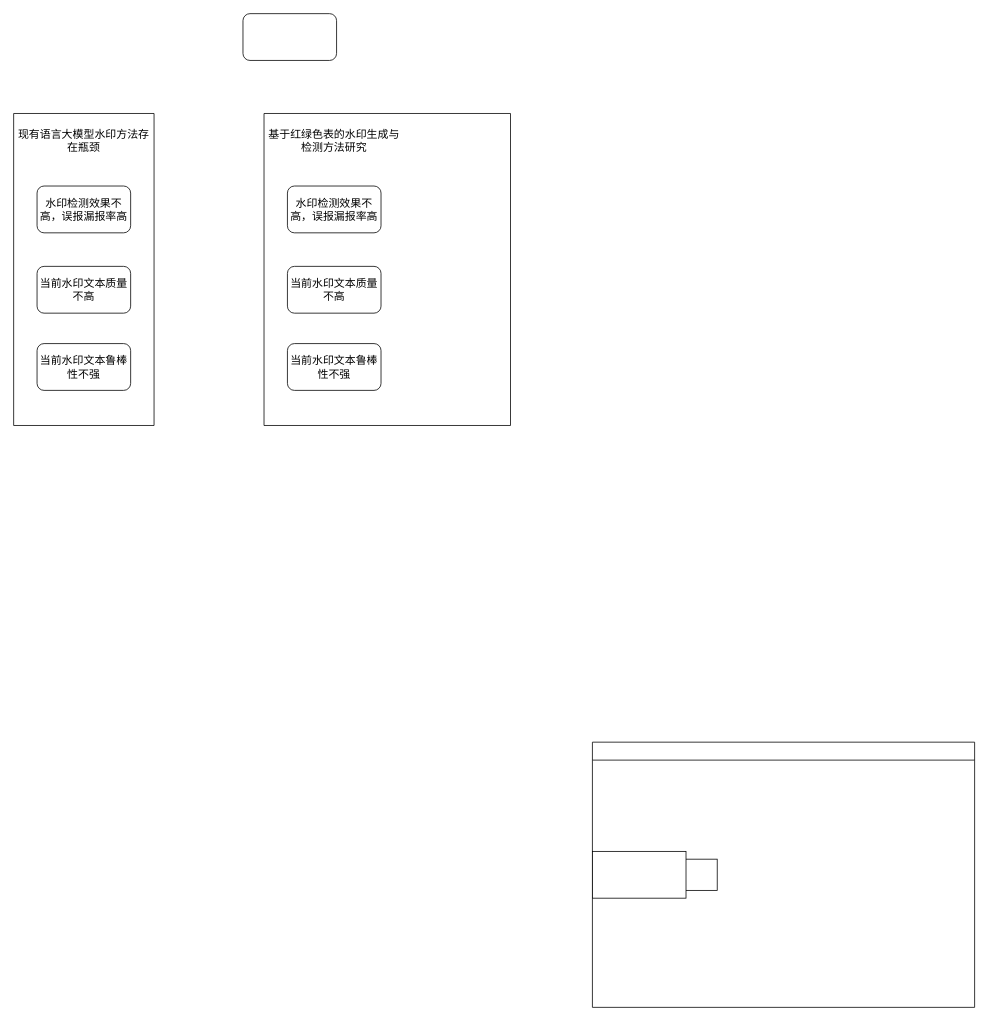
The draw.io diagram watermark1118_2.drawio in Icathian-Rain/process_maps, before the edit. Source tidied: cells renumbered, new cells numbered last; positions are measured from the earlier drawing's top-left corner, leaving out a move shared by most shapes. Both pictures are drawn from the tidied source at 78%, with x=0, y=0 at pixel (13, 13).
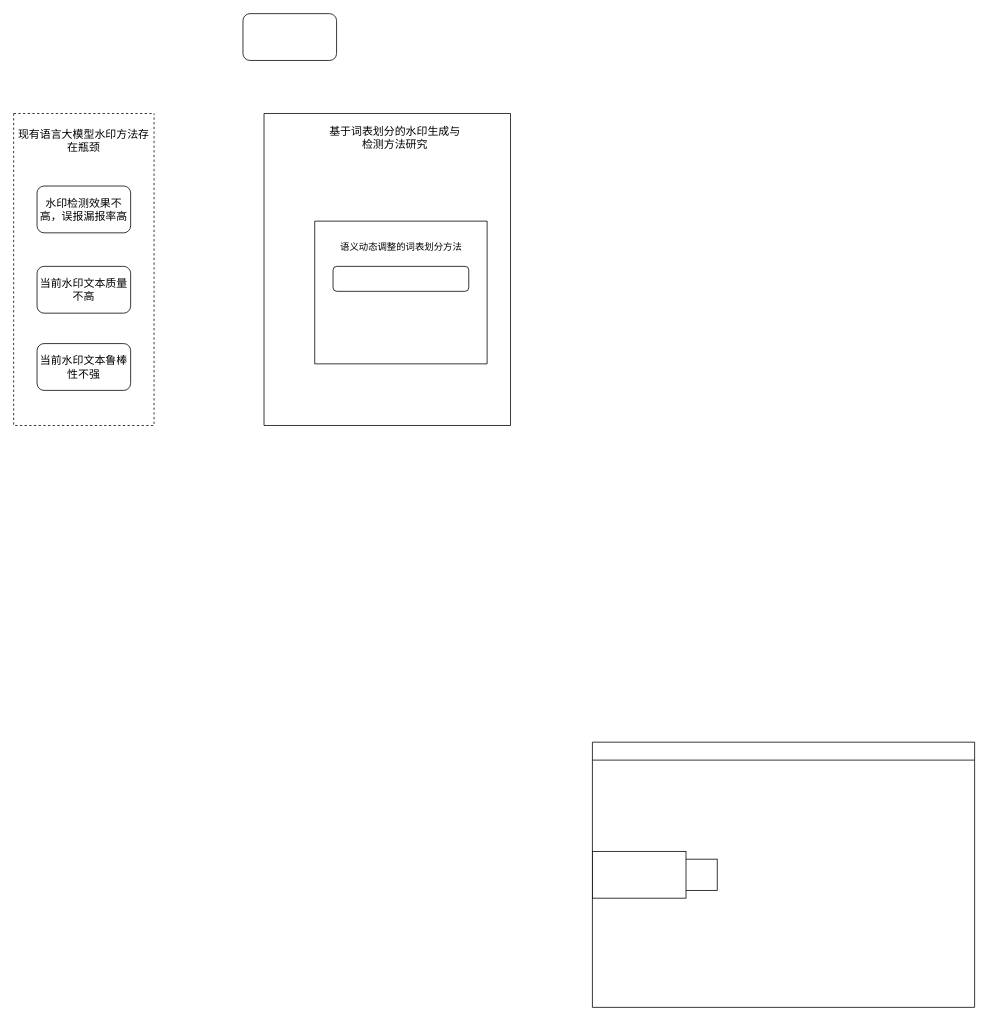
After the change.

The edit, as a diff of the source:
```diff
@@
 <mxGraphModel background="#FFFFFF">
   <root>
     <mxCell id="0" />
     <mxCell id="1" parent="0" />
     <mxCell id="2" value="&lt;div&gt;&lt;br&gt;&lt;/div&gt;&lt;div&gt;&lt;br&gt;&lt;/div&gt;" style="swimlane;whiteSpace=wrap;html=1;" parent="1" vertex="1">
       <mxGeometry x="742" y="934" width="490" height="340" as="geometry" />
     </mxCell>
     <mxCell id="3" style="rounded=0;whiteSpace=wrap;html=1;" parent="2" vertex="1" collapsed="1">
       <mxGeometry x="110" y="150" width="50" height="40" as="geometry" />
     </mxCell>
     <mxCell id="4" style="rounded=0;whiteSpace=wrap;html=1;" parent="2" vertex="1">
       <mxGeometry y="140" width="120" height="60" as="geometry" />
     </mxCell>
     <mxCell id="5" style="swimlane;startSize=0;flipH=0;flipV=0;fontSize=14;" parent="1" vertex="1">
       <mxGeometry x="321" y="128" width="316" height="400" as="geometry" />
     </mxCell>
-    <mxCell id="6" value="基于红绿色表的水印生成与检测方法研究" style="text;html=1;align=center;verticalAlign=middle;whiteSpace=wrap;rounded=0;fontSize=14;" parent="5" vertex="1">
-      <mxGeometry y="20" width="180" height="30" as="geometry" />
+    <mxCell id="6" value="基于词表划分的水印生成与检测方法研究" style="text;html=1;align=center;verticalAlign=middle;whiteSpace=wrap;rounded=0;fontSize=14;" parent="5" vertex="1">
+      <mxGeometry x="78" y="10" width="180" height="42" as="geometry" />
     </mxCell>
-    <mxCell id="7" value="水印检测效果不高，误报漏报率高" style="rounded=1;whiteSpace=wrap;html=1;fontSize=14;" parent="5" vertex="1">
-      <mxGeometry x="30" y="93" width="120" height="60" as="geometry" />
-    </mxCell>
-    <mxCell id="8" value="当前水印文本质量不高" style="rounded=1;whiteSpace=wrap;html=1;fontSize=14;" parent="5" vertex="1">
-      <mxGeometry x="30" y="196" width="120" height="60" as="geometry" />
-    </mxCell>
-    <mxCell id="9" value="当前水印文本鲁棒性不强" style="rounded=1;whiteSpace=wrap;html=1;fontSize=14;" parent="5" vertex="1">
-      <mxGeometry x="30" y="295" width="120" height="60" as="geometry" />
-    </mxCell>
+    <mxCell id="16" style="swimlane;startSize=0;rounded=1;" parent="5" vertex="1">
+      <mxGeometry x="65" y="138" width="221" height="183" as="geometry" />
+    </mxCell>
+    <mxCell id="17" style="rounded=1;whiteSpace=wrap;html=1;" parent="16" vertex="1">
+      <mxGeometry x="23.5" y="58" width="174" height="32" as="geometry" />
+    </mxCell>
+    <mxCell id="18" value="语义动态调整的词表划分方法" style="text;html=1;align=center;verticalAlign=middle;whiteSpace=wrap;rounded=0;" parent="16" vertex="1">
+      <mxGeometry x="24.5" y="19" width="172" height="30" as="geometry" />
+    </mxCell>
     <mxCell id="10" style="rounded=1;whiteSpace=wrap;html=1;fontSize=14;" parent="1" vertex="1">
       <mxGeometry x="294" width="120" height="60" as="geometry" />
     </mxCell>
-    <mxCell id="11" style="swimlane;startSize=0;flipH=0;flipV=0;fontSize=14;" parent="1" vertex="1">
+    <mxCell id="11" style="swimlane;startSize=0;flipH=0;flipV=0;fontSize=14;dashed=1;" parent="1" vertex="1">
       <mxGeometry y="128" width="180" height="400" as="geometry" />
     </mxCell>
     <mxCell id="12" value="现有语言大模型水印方法存在瓶颈" style="text;html=1;align=center;verticalAlign=middle;whiteSpace=wrap;rounded=0;fontSize=14;" parent="11" vertex="1">
       <mxGeometry y="20" width="180" height="30" as="geometry" />
     </mxCell>
     <mxCell id="13" value="水印检测效果不高，误报漏报率高" style="rounded=1;whiteSpace=wrap;html=1;fontSize=14;" parent="11" vertex="1">
       <mxGeometry x="30" y="93" width="120" height="60" as="geometry" />
     </mxCell>
     <mxCell id="14" value="当前水印文本质量不高" style="rounded=1;whiteSpace=wrap;html=1;fontSize=14;" parent="11" vertex="1">
       <mxGeometry x="30" y="196" width="120" height="60" as="geometry" />
     </mxCell>
     <mxCell id="15" value="当前水印文本鲁棒性不强" style="rounded=1;whiteSpace=wrap;html=1;fontSize=14;" parent="11" vertex="1">
       <mxGeometry x="30" y="295" width="120" height="60" as="geometry" />
     </mxCell>
   </root>
 </mxGraphModel>
```
